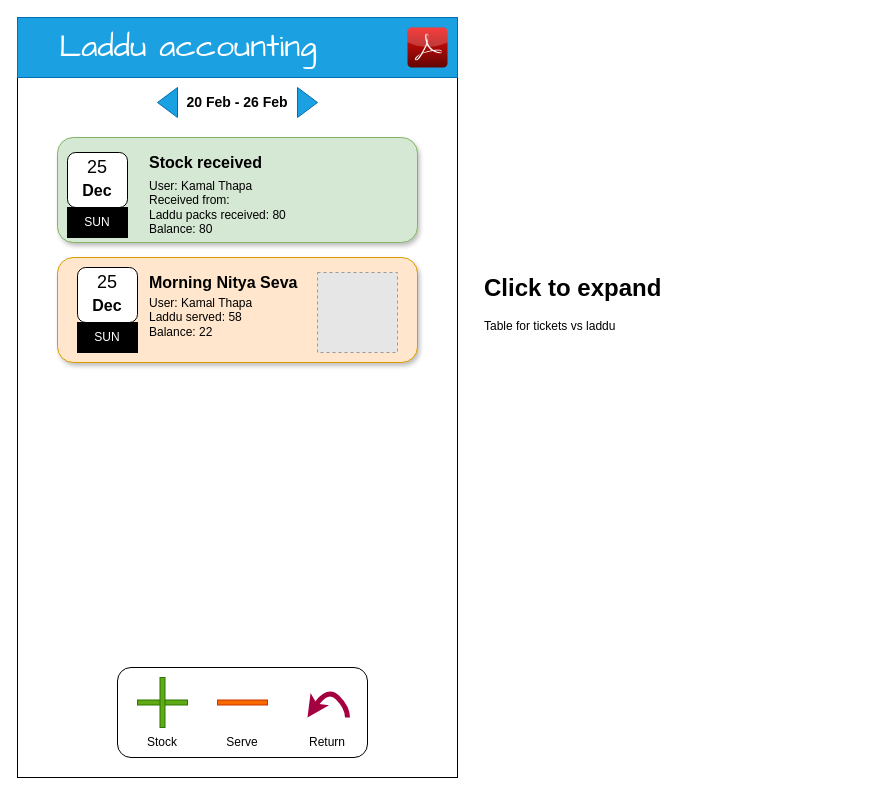
Before: page "Laddu" (3 of 4) of docs/UI_design.drawio in jayantadn/vkhillseva, a draw.io diagram. Source tidied: cells renumbered, new cells numbered last; positions are measured from the earlier drawing's top-left corner, leaving out a move shared by most shapes. Both pictures are drawn from the tidied source at 100%, with x=0, y=0 at pixel (17, 17). Pictures stored in the file or linked from it are replaced by grey dashed boxes.
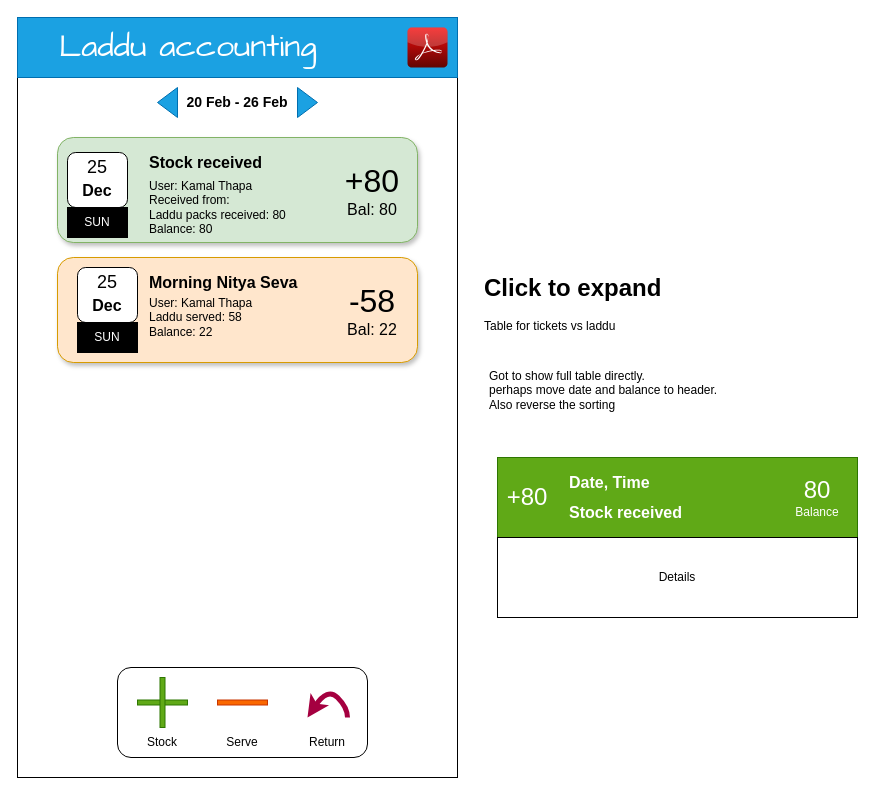
After the change.

The change refers to these unchanged cells:
```xml
<mxCell id="19" style="group;" parent="1" vertex="1">
  <mxGeometry x="40" y="240" width="360" height="105" as="geometry" />
</mxCell>
<mxCell id="28" style="group;" parent="1" vertex="1">
  <mxGeometry x="40" y="120" width="360" height="105" as="geometry" />
</mxCell>
```

The edit, as a diff of the source:
```diff
@@
-    <mxCell id="23" style="fillColor=#E6E6E6;strokeColor=#999999;dashed=1;verticalLabelPosition=bottom;labelBackgroundColor=default;verticalAlign=top;" parent="19" vertex="1">
-      <mxGeometry x="260" y="15" width="80" height="80" as="geometry" />
-    </mxCell>
@@
+    <mxCell id="38" value="&lt;span style=&quot;font-size: 32px;&quot;&gt;-58&lt;/span&gt;&lt;br&gt;&lt;div&gt;&lt;font style=&quot;font-size: 16px;&quot;&gt;Bal: 22&lt;/font&gt;&lt;/div&gt;" style="text;html=1;align=center;verticalAlign=middle;whiteSpace=wrap;rounded=0;" parent="19" vertex="1">
+      <mxGeometry x="280" y="22.5" width="70" height="60" as="geometry" />
+    </mxCell>
@@
+    <mxCell id="39" value="&lt;font style=&quot;font-size: 32px;&quot;&gt;+80&lt;/font&gt;&lt;div&gt;&lt;font style=&quot;font-size: 16px;&quot;&gt;Bal: 80&lt;/font&gt;&lt;/div&gt;" style="text;html=1;align=center;verticalAlign=middle;whiteSpace=wrap;rounded=0;" parent="28" vertex="1">
+      <mxGeometry x="280" y="22.5" width="70" height="60" as="geometry" />
+    </mxCell>
@@
+    <mxCell id="40" value="Got to show full table directly.&lt;div&gt;perhaps move date and balance to header.&lt;/div&gt;&lt;div&gt;Also reverse the sorting&lt;/div&gt;" style="text;html=1;align=left;verticalAlign=top;whiteSpace=wrap;rounded=0;" parent="1" vertex="1">
+      <mxGeometry x="470" y="345" width="250" height="65" as="geometry" />
+    </mxCell>
+    <mxCell id="41" style="rounded=0;whiteSpace=wrap;html=1;fillColor=#60a917;strokeColor=#2D7600;fontColor=#ffffff;" parent="1" vertex="1">
+      <mxGeometry x="480" y="440" width="360" height="80" as="geometry" />
+    </mxCell>
+    <mxCell id="42" value="&lt;font style=&quot;font-size: 24px;&quot;&gt;+&lt;/font&gt;&lt;span style=&quot;font-size: 24px; background-color: initial;&quot;&gt;80&lt;/span&gt;" style="text;html=1;align=center;verticalAlign=middle;whiteSpace=wrap;rounded=0;fontColor=#FFFFFF;" parent="1" vertex="1">
+      <mxGeometry x="480" y="465" width="60" height="30" as="geometry" />
+    </mxCell>
+    <mxCell id="43" value="&lt;font style=&quot;font-size: 24px;&quot;&gt;80&lt;/font&gt;&lt;div&gt;Balance&lt;/div&gt;" style="text;html=1;align=center;verticalAlign=middle;whiteSpace=wrap;rounded=0;fontColor=#FFFFFF;" parent="1" vertex="1">
+      <mxGeometry x="770" y="465" width="60" height="30" as="geometry" />
+    </mxCell>
+    <mxCell id="44" value="Stock received" style="text;html=1;align=left;verticalAlign=middle;whiteSpace=wrap;rounded=0;fontStyle=1;fontSize=16;fontColor=#FFFFFF;" parent="1" vertex="1">
+      <mxGeometry x="550" y="480" width="180" height="30" as="geometry" />
+    </mxCell>
+    <mxCell id="45" value="Date, Time" style="text;html=1;align=left;verticalAlign=middle;whiteSpace=wrap;rounded=0;fontStyle=1;fontSize=16;fontColor=#FFFFFF;" parent="1" vertex="1">
+      <mxGeometry x="550" y="450" width="180" height="30" as="geometry" />
+    </mxCell>
+    <mxCell id="46" value="Details" style="rounded=0;whiteSpace=wrap;html=1;" parent="1" vertex="1">
+      <mxGeometry x="480" y="520" width="360" height="80" as="geometry" />
+    </mxCell>
```
